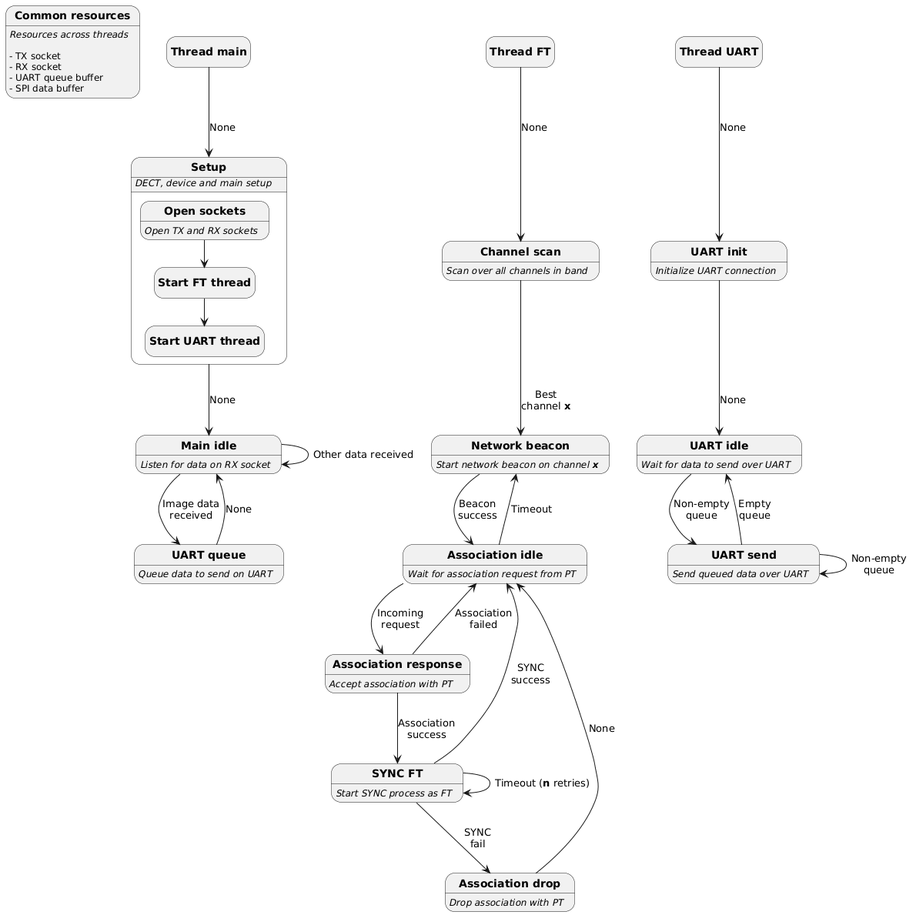
Earlier version of the PlantUML export diagrams/FT_threads_flow.png (Aadlei/dect-nr-plus).
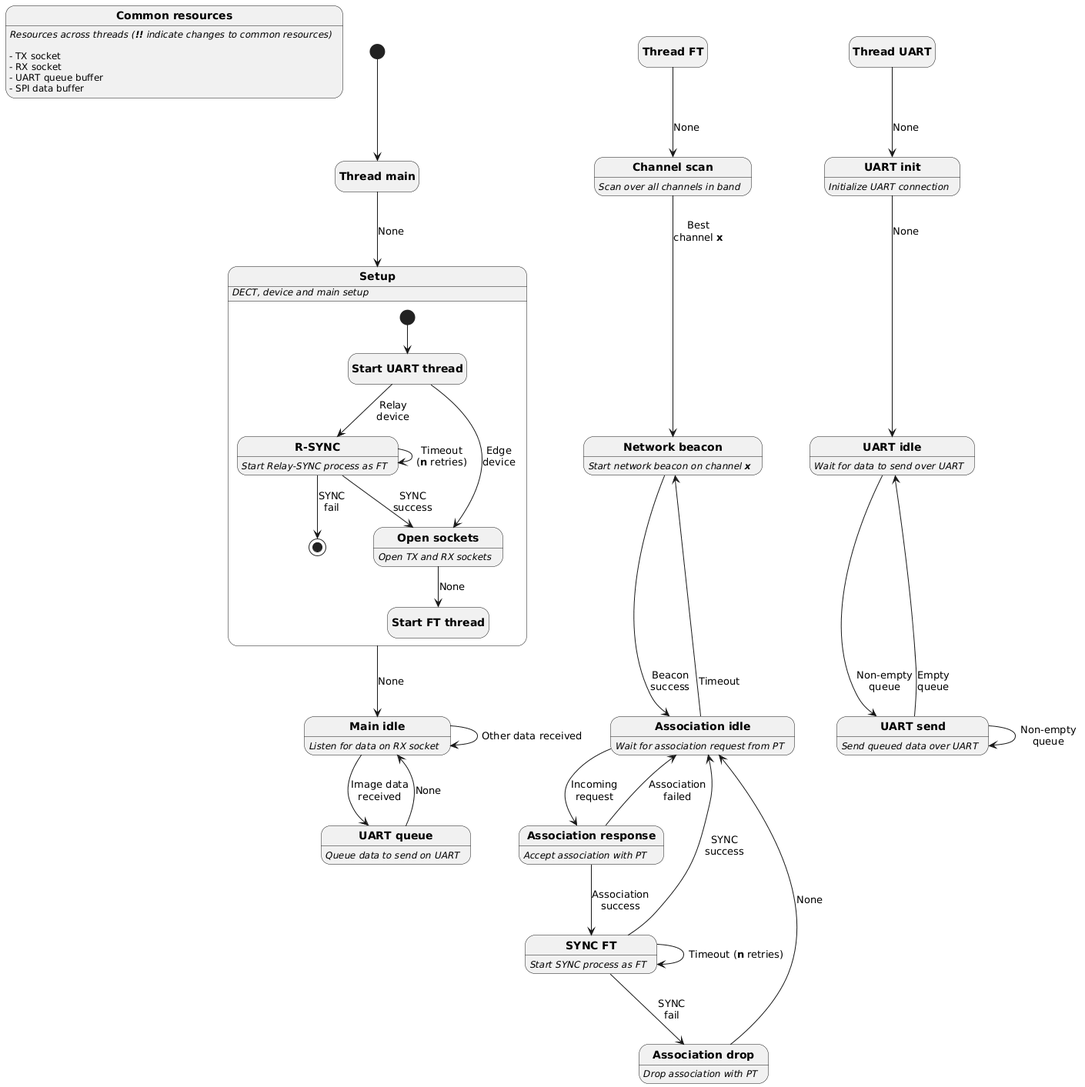
After the commit.

Commit message:
Added relay functionality to FT diagram

Diff of the diagram source:
```diff
@@ -1,7 +1,7 @@
 @startuml
 hide empty description
 
-state Common: <i>Resources across threads</i>
+state Common: <i>Resources across threads (<b>!!</b> indicate changes to common resources)</i>
 state Common: \n- TX socket
 state Common: - RX socket
 state Common: - UART queue buffer
@@ -11,17 +11,24 @@
 state "<b>Thread main</b>" as Main
 state "<b>Setup</b>" as Main_Setup: <i>DECT, device and main setup</i>
 state Main_Setup {
+  state "<b>Start UART thread</b>" as Main_Thread_UART
+  state "<b>R-SYNC</b>" as Main_RSYNC: <i>Start Relay-SYNC process as FT</i>
   state "<b>Open sockets</b>" as Main_Sockets: <i>Open TX and RX sockets</i>
   state "<b>Start FT thread</b>" as Main_Thread_FT
-  state "<b>Start UART thread</b>" as Main_Thread_UART
 
-  Main_Sockets --> Main_Thread_FT
-  Main_Thread_FT --> Main_Thread_UART
+  [*]--> Main_Thread_UART
+  Main_Thread_UART --> Main_RSYNC: Relay\ndevice
+  Main_Thread_UART --> Main_Sockets: Edge\ndevice
+  Main_RSYNC --> Main_RSYNC: Timeout\n(<b>n</b> retries)
+  Main_RSYNC --> Main_Sockets: SYNC\nsuccess
+  Main_Sockets --> Main_Thread_FT: None
+  Main_RSYNC --> [*]: SYNC\nfail
 }
 
 state "<b>Main idle</b>" as Main_Idle: <i>Listen for data on RX socket</i>
 state "<b>UART queue</b>" as Main_UART_Send: <i>Queue data to send on UART</i>
 
+[*] --> Main
 Main --> Main_Setup: None
 Main_Setup --> Main_Idle: None
 Main_Idle --> Main_Idle: Other data received
@@ -48,7 +55,7 @@
 FT_SYNC --> FT_Assoc_Drop: SYNC\nfail
 FT_Assoc_Drop --> FT_Assoc_Idle: None
 
-state "<b>Thread UART" as UART
+state "<b>Thread UART</b>" as UART
 state "<b>UART init</b>" as UART_Init: <i>Initialize UART connection</i>
 state "<b>UART idle</b>" as UART_Idle: <i>Wait for data to send over UART</i>
 state "<b>UART send</b>" as UART_Send: <i>Send queued data over UART</i>
```
